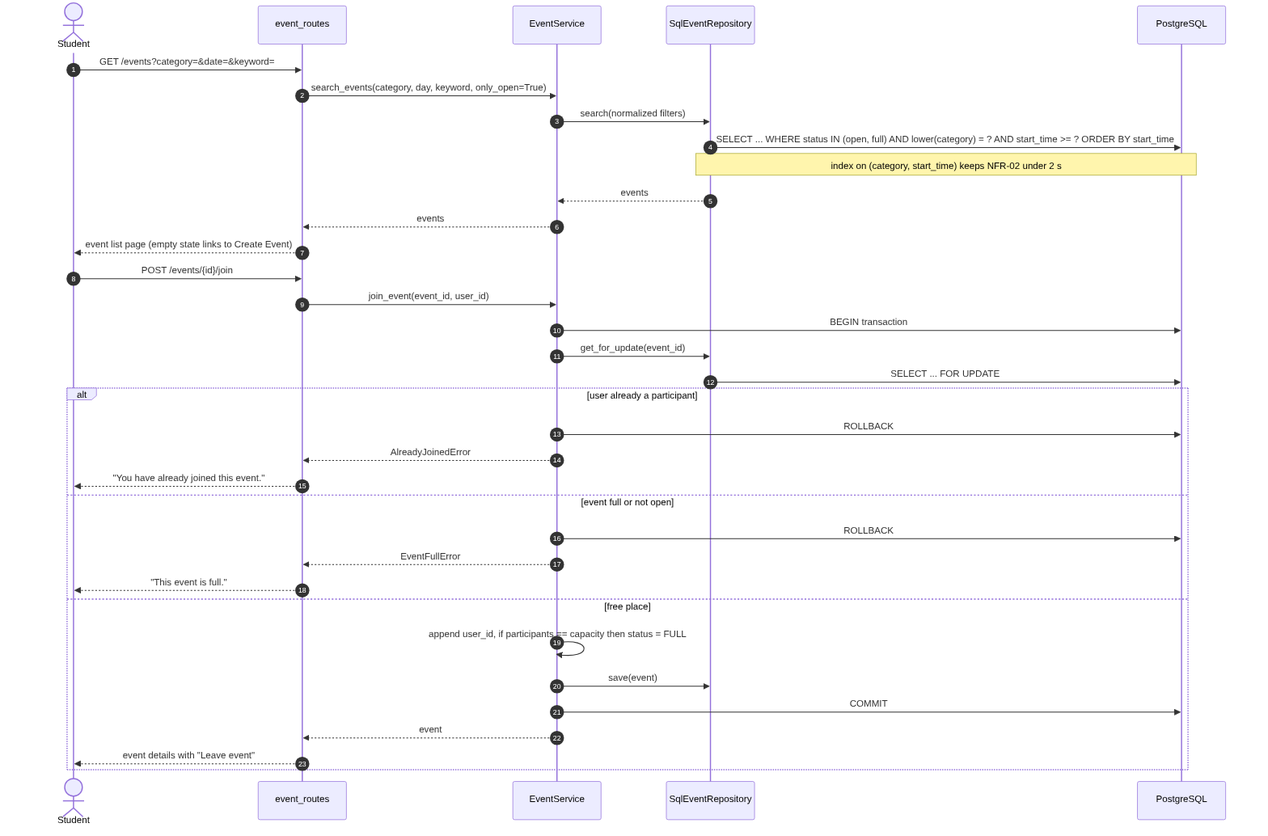
Before: docs/design/sequence/uc05_uc06_browse_and_join.png, a diagram exported from Mermaid (emir-heval-arda-harun/CMPE-331-project). Its source is kept beside it as docs/design/sequence/uc05_uc06_browse_and_join.mmd. The source it was exported from:
```mermaid
sequenceDiagram
    autonumber
    actor S as Student
    participant R as event_routes
    participant E as EventService
    participant ER as SqlEventRepository
    participant DB as PostgreSQL

    S->>R: GET /events?category=&date=&keyword=
    R->>E: search_events(category, day, keyword, only_open=True)
    E->>ER: search(normalized filters)
    ER->>DB: SELECT ... WHERE status IN (open, full) AND lower(category) = ? AND start_time >= ? ORDER BY start_time
    Note over ER,DB: index on (category, start_time) keeps NFR-02 under 2 s
    ER-->>E: events
    E-->>R: events
    R-->>S: event list page (empty state links to Create Event)

    S->>R: POST /events/{id}/join
    R->>E: join_event(event_id, user_id)
    E->>DB: BEGIN transaction
    E->>ER: get_for_update(event_id)
    ER->>DB: SELECT ... FOR UPDATE
    alt user already a participant
        E->>DB: ROLLBACK
        E-->>R: AlreadyJoinedError
        R-->>S: "You have already joined this event."
    else event full or not open
        E->>DB: ROLLBACK
        E-->>R: EventFullError
        R-->>S: "This event is full."
    else free place
        E->>E: append user_id, if participants == capacity then status = FULL
        E->>ER: save(event)
        E->>DB: COMMIT
        E-->>R: event
        R-->>S: event details with "Leave event"
    end
```
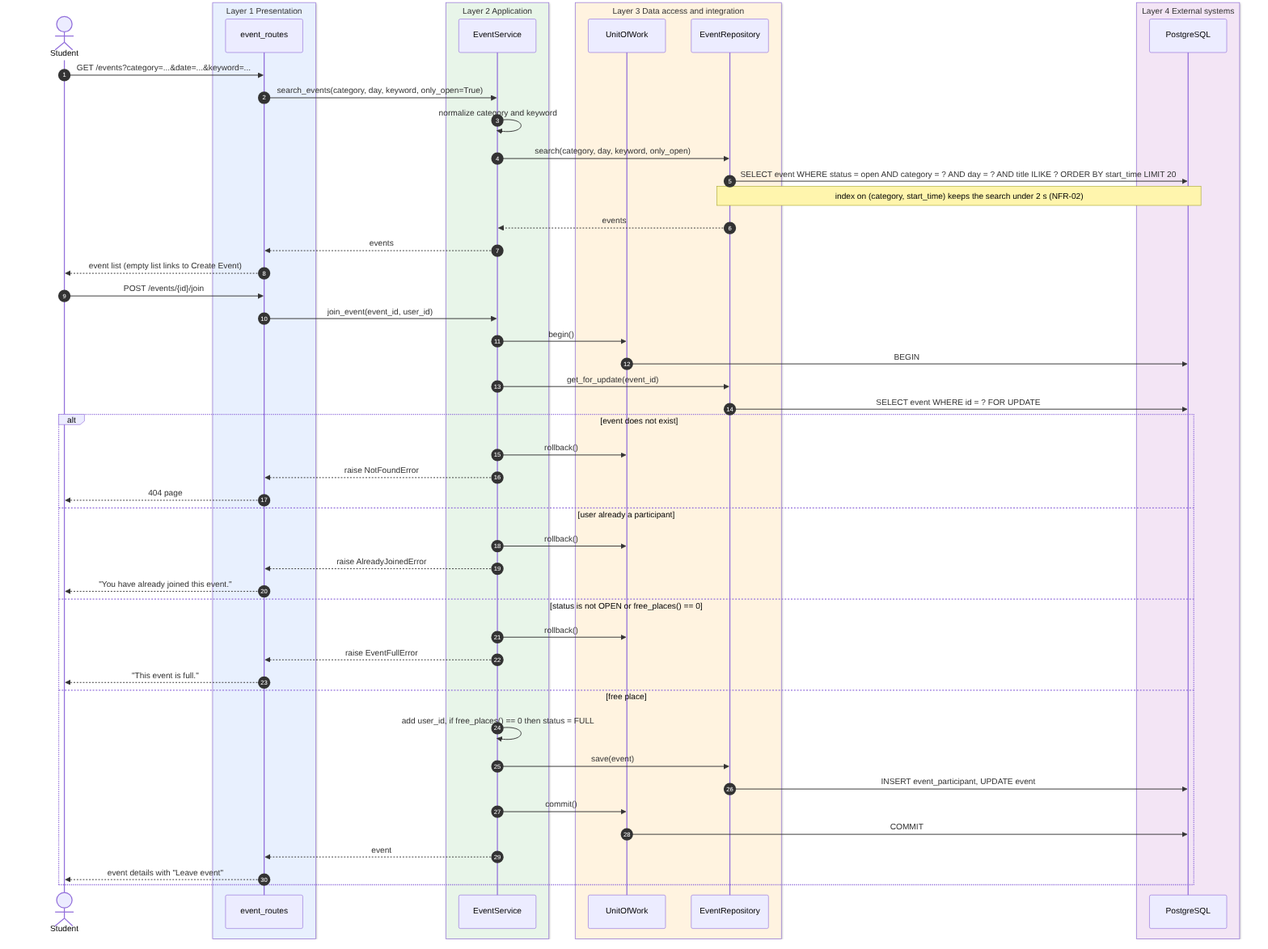
After the change.

Change to the diagram source:
```diff
@@ -1,37 +1,54 @@
 sequenceDiagram
     autonumber
     actor S as Student
-    participant R as event_routes
-    participant E as EventService
-    participant ER as SqlEventRepository
-    participant DB as PostgreSQL
+    box rgb(232,240,254) Layer 1 Presentation
+        participant R as event_routes
+    end
+    box rgb(232,245,233) Layer 2 Application
+        participant E as EventService
+    end
+    box rgb(255,243,224) Layer 3 Data access and integration
+        participant W as UnitOfWork
+        participant ER as EventRepository
+    end
+    box rgb(243,229,245) Layer 4 External systems
+        participant DB as PostgreSQL
+    end
 
-    S->>R: GET /events?category=&date=&keyword=
+    S->>R: GET /events?category=...&date=...&keyword=...
     R->>E: search_events(category, day, keyword, only_open=True)
-    E->>ER: search(normalized filters)
-    ER->>DB: SELECT ... WHERE status IN (open, full) AND lower(category) = ? AND start_time >= ? ORDER BY start_time
-    Note over ER,DB: index on (category, start_time) keeps NFR-02 under 2 s
+    E->>E: normalize category and keyword
+    E->>ER: search(category, day, keyword, only_open)
+    ER->>DB: SELECT event WHERE status = open AND category = ? AND day = ? AND title ILIKE ? ORDER BY start_time LIMIT 20
+    Note over ER,DB: index on (category, start_time) keeps the search under 2 s (NFR-02)
     ER-->>E: events
     E-->>R: events
-    R-->>S: event list page (empty state links to Create Event)
+    R-->>S: event list (empty list links to Create Event)
 
     S->>R: POST /events/{id}/join
     R->>E: join_event(event_id, user_id)
-    E->>DB: BEGIN transaction
+    E->>W: begin()
+    W->>DB: BEGIN
     E->>ER: get_for_update(event_id)
-    ER->>DB: SELECT ... FOR UPDATE
-    alt user already a participant
-        E->>DB: ROLLBACK
-        E-->>R: AlreadyJoinedError
+    ER->>DB: SELECT event WHERE id = ? FOR UPDATE
+    alt event does not exist
+        E->>W: rollback()
+        E-->>R: raise NotFoundError
+        R-->>S: 404 page
+    else user already a participant
+        E->>W: rollback()
+        E-->>R: raise AlreadyJoinedError
         R-->>S: "You have already joined this event."
-    else event full or not open
-        E->>DB: ROLLBACK
-        E-->>R: EventFullError
+    else status is not OPEN or free_places() == 0
+        E->>W: rollback()
+        E-->>R: raise EventFullError
         R-->>S: "This event is full."
     else free place
-        E->>E: append user_id, if participants == capacity then status = FULL
+        E->>E: add user_id, if free_places() == 0 then status = FULL
         E->>ER: save(event)
-        E->>DB: COMMIT
+        ER->>DB: INSERT event_participant, UPDATE event
+        E->>W: commit()
+        W->>DB: COMMIT
         E-->>R: event
         R-->>S: event details with "Leave event"
     end
```
